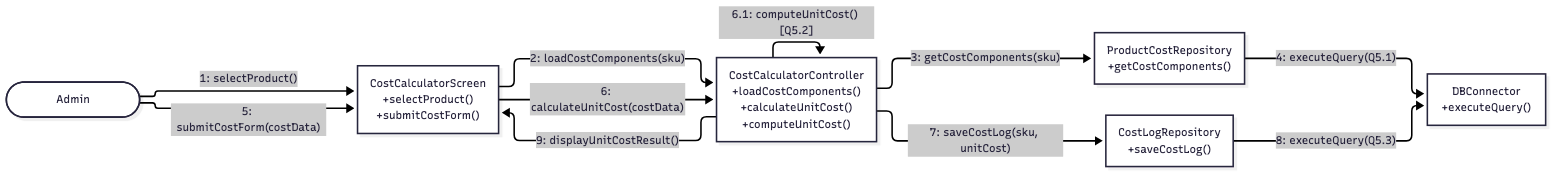
Before: 03-chapter2-use-case-descriptions/diagrams/png/4S-collaboration.png, a diagram exported from Mermaid (xbpkdi/321-sa-proj). Its source is kept beside it as 03-chapter2-use-case-descriptions/diagrams/mmd/4S-collaboration.mmd.
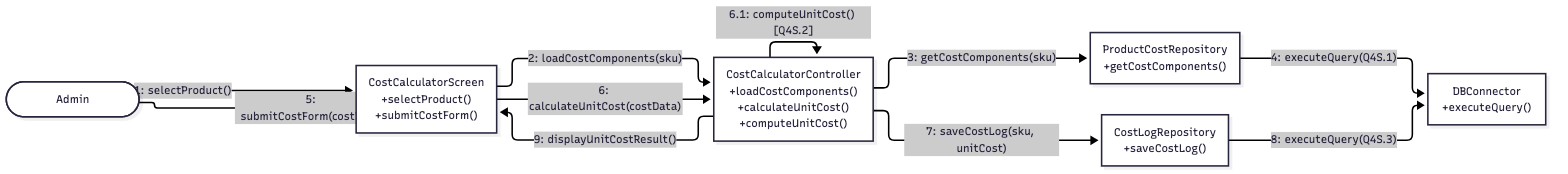
Later version of the same file.

What changed in the source:
```diff
@@ -10,10 +10,10 @@
     Admin -->|"1: selectProduct()"| Screen
     Screen -->|"2: loadCostComponents(sku)"| CCC
     CCC -->|"3: getCostComponents(sku)"| CostRepo
-    CostRepo -->|"4: executeQuery(Q5.1)"| DB
+    CostRepo -->|"4: executeQuery(Q4S.1)"| DB
     Admin -->|"5: submitCostForm(costData)"| Screen
     Screen -->|"6: calculateUnitCost(costData)"| CCC
-    CCC -->|"6.1: computeUnitCost() [Q5.2]"| CCC
+    CCC -->|"6.1: computeUnitCost() [Q4S.2]"| CCC
     CCC -->|"7: saveCostLog(sku, unitCost)"| LogRepo
-    LogRepo -->|"8: executeQuery(Q5.3)"| DB
+    LogRepo -->|"8: executeQuery(Q4S.3)"| DB
     CCC -->|"9: displayUnitCostResult()"| Screen
```
